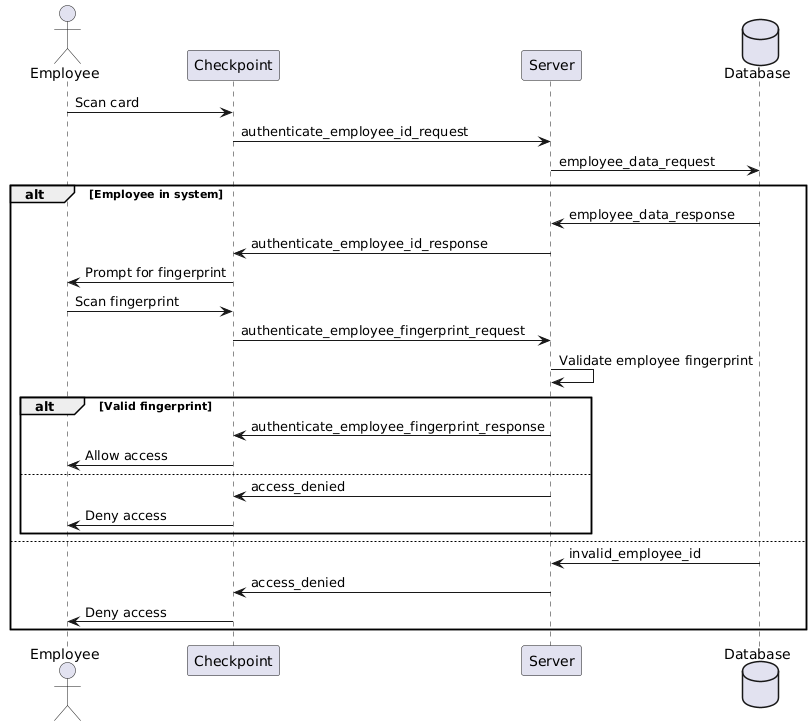
Earlier version of the PlantUML export docs/diagrams/sequence-diagrams/AuthenticationSequence.png (kavvykav/TWIC-Project).
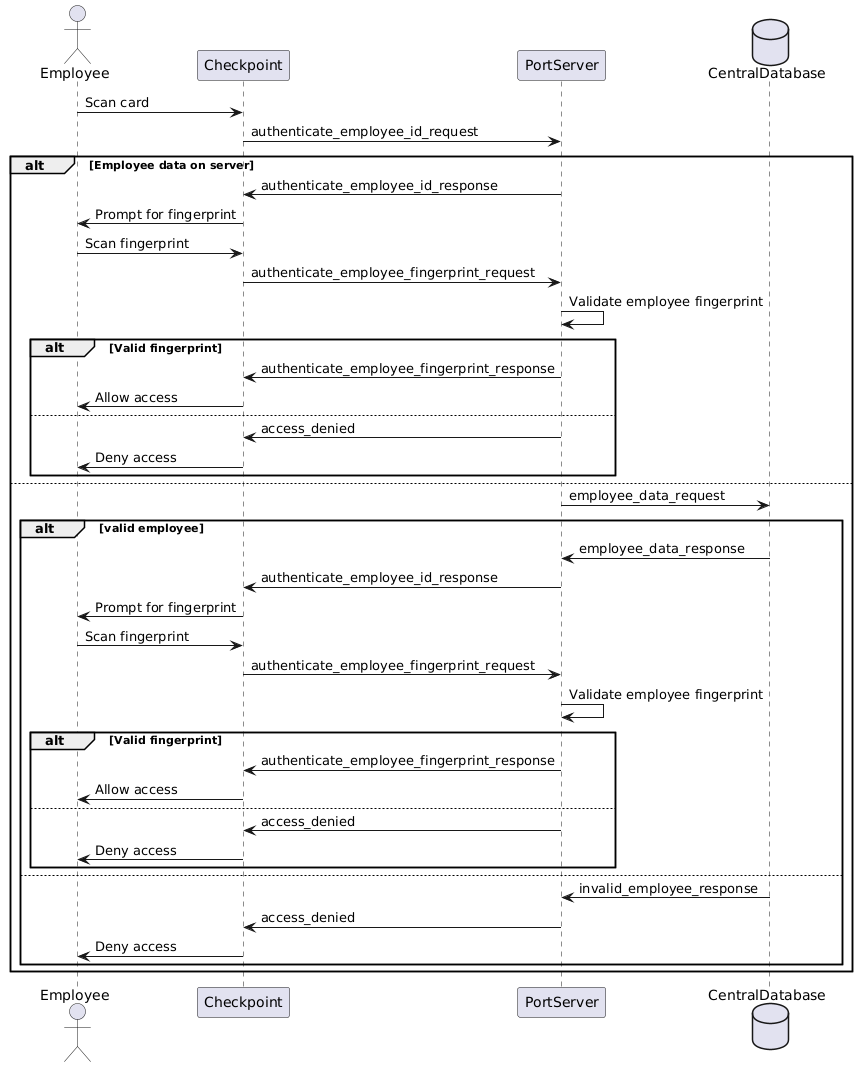
The same file after the commit.

Commit message:
update sequence diagrams for port server and central database

The edit, as a diff of the source:
```diff
@@ -1,13 +1,11 @@
 @startuml
 actor       Employee
 participant Checkpoint
-participant Server
-database    Database
+participant PortServer as Server
+database    CentralDatabase as Database
 Employee -> Checkpoint: Scan card
 Checkpoint -> Server: authenticate_employee_id_request
-Server -> Database: employee_data_request
-alt Employee in system
-Database -> Server: employee_data_response
+alt Employee data on server
 Server -> Checkpoint: authenticate_employee_id_response
 Checkpoint -> Employee: Prompt for fingerprint
 Employee -> Checkpoint: Scan fingerprint
@@ -21,8 +19,26 @@
 Checkpoint -> Employee: Deny access
 end
 else
-Database-> Server: invalid_employee_id
+Server -> Database: employee_data_request
+alt valid employee
+Database -> Server: employee_data_response
+Server -> Checkpoint: authenticate_employee_id_response
+Checkpoint -> Employee: Prompt for fingerprint
+Employee -> Checkpoint: Scan fingerprint
+Checkpoint -> Server: authenticate_employee_fingerprint_request
+Server -> Server: Validate employee fingerprint
+alt Valid fingerprint
+Server -> Checkpoint: authenticate_employee_fingerprint_response
+Checkpoint -> Employee: Allow access
+
+else
 Server -> Checkpoint: access_denied
 Checkpoint -> Employee: Deny access
 end
+else
+Database -> Server: invalid_employee_response
+Server -> Checkpoint: access_denied
+Checkpoint -> Employee: Deny access
+end
+end
 @enduml
```
